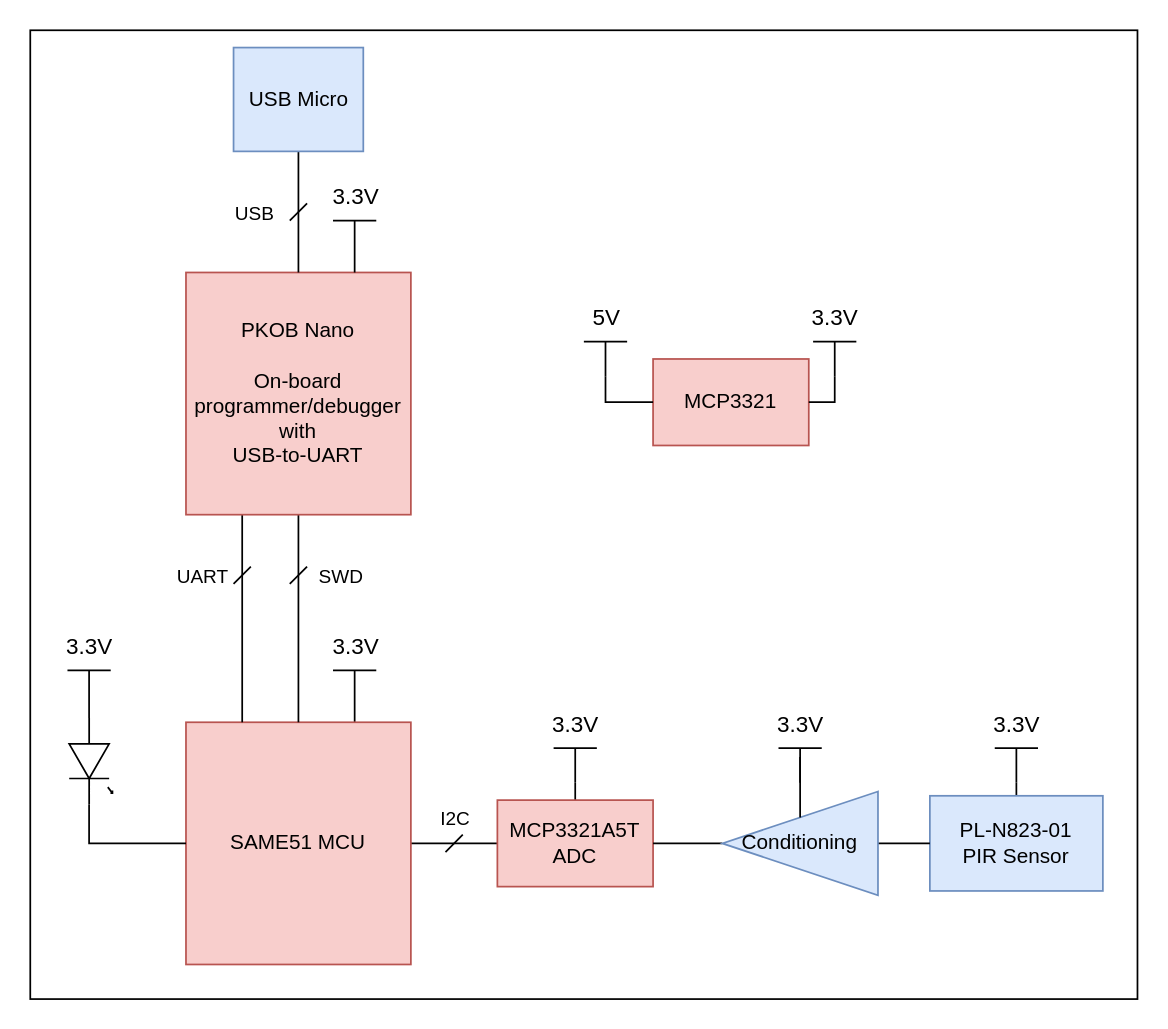
Earlier version of the draw.io diagram media/HardwareBlockDiagram.drawio (briantate/pir_presence). Source tidied: cells renumbered, new cells numbered last; positions are measured from the earlier drawing's top-left corner, leaving out a move shared by most shapes. Both pictures are drawn from the tidied source at 173%, with x=0, y=0 at pixel (29, 29).
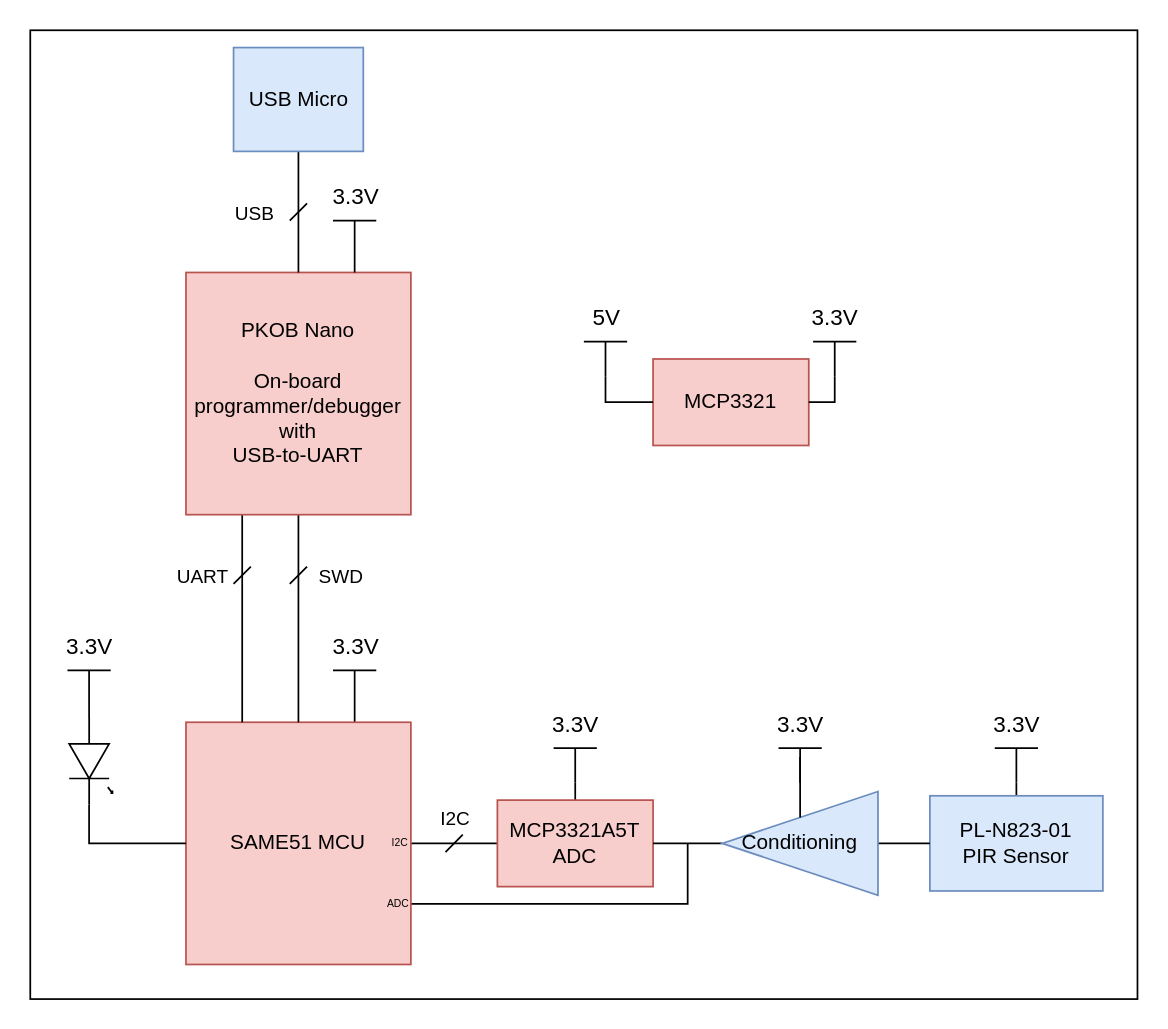
The same diagram, later.

The change refers to these unchanged cells:
```xml
<mxCell id="5" value="SAME51 MCU" style="rounded=0;whiteSpace=wrap;html=1;fillColor=#f8cecc;strokeColor=#b85450;" parent="1" vertex="1">
  <mxGeometry x="90" y="400" width="130" height="140" as="geometry" />
</mxCell>
```

Change to the diagram source:
```diff
@@
+    <mxCell id="41" style="edgeStyle=orthogonalEdgeStyle;rounded=0;jettySize=auto;html=1;exitX=1;exitY=0.75;exitDx=0;exitDy=0;endArrow=none;endFill=0;" parent="1" edge="1" source="5">
+      <mxGeometry relative="1" as="geometry">
+        <mxPoint x="380" y="470" as="targetPoint" />
+        <Array as="points">
+          <mxPoint x="380" y="505" />
+        </Array>
+      </mxGeometry>
+    </mxCell>
@@
+    <mxCell id="42" value="&lt;font style=&quot;font-size: 6px;&quot;&gt;ADC&lt;/font&gt;" style="text;html=1;strokeColor=none;fillColor=none;align=center;verticalAlign=middle;whiteSpace=wrap;rounded=0;" parent="1" vertex="1">
+      <mxGeometry x="183" y="488" width="60" height="30" as="geometry" />
+    </mxCell>
+    <mxCell id="43" value="&lt;font style=&quot;font-size: 6px;&quot;&gt;I2C&lt;/font&gt;" style="text;html=1;strokeColor=none;fillColor=none;align=center;verticalAlign=middle;whiteSpace=wrap;rounded=0;" parent="1" vertex="1">
+      <mxGeometry x="184" y="453" width="60" height="30" as="geometry" />
+    </mxCell>
```
